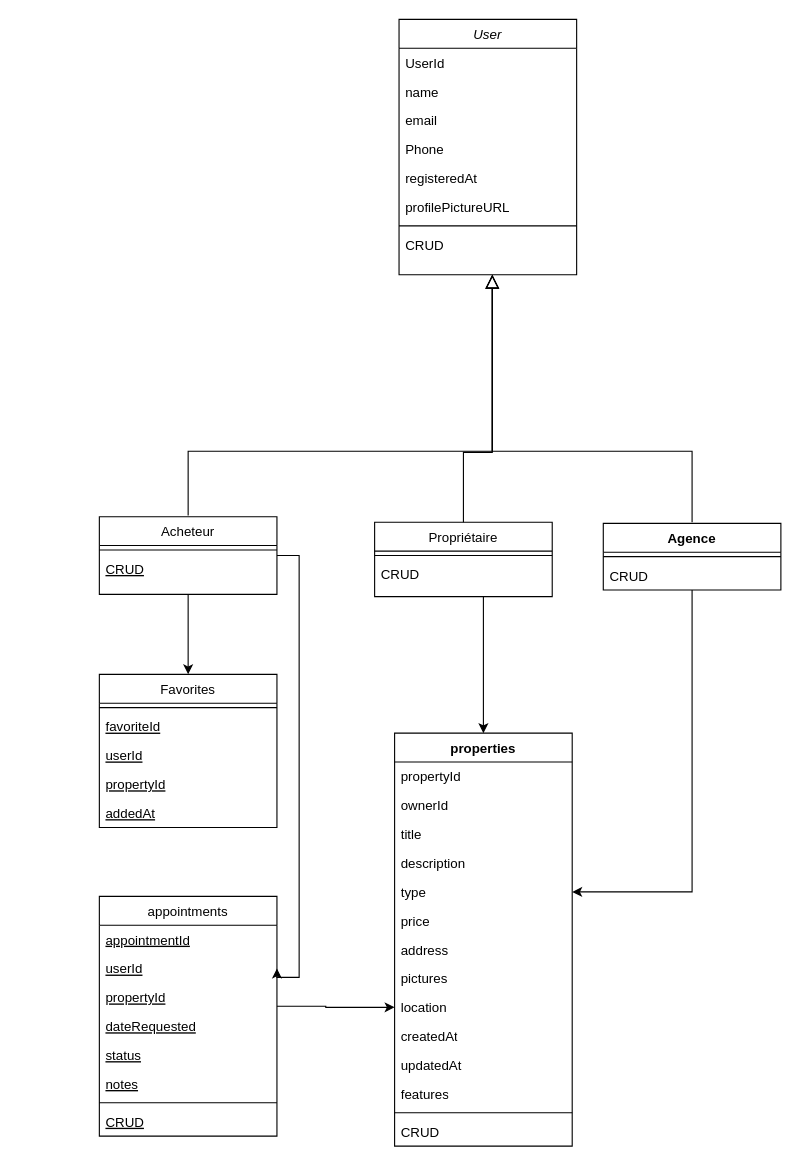
This is Untitled Diagram.drawio from BilelDespecio/ToDoAppGoal, a draw.io file, before an edit. Source tidied: cells renumbered, new cells numbered last; positions are measured from the earlier drawing's top-left corner, leaving out a move shared by most shapes. Both pictures are drawn from the tidied source at 111%, with x=0, y=0 at pixel (99, 19).
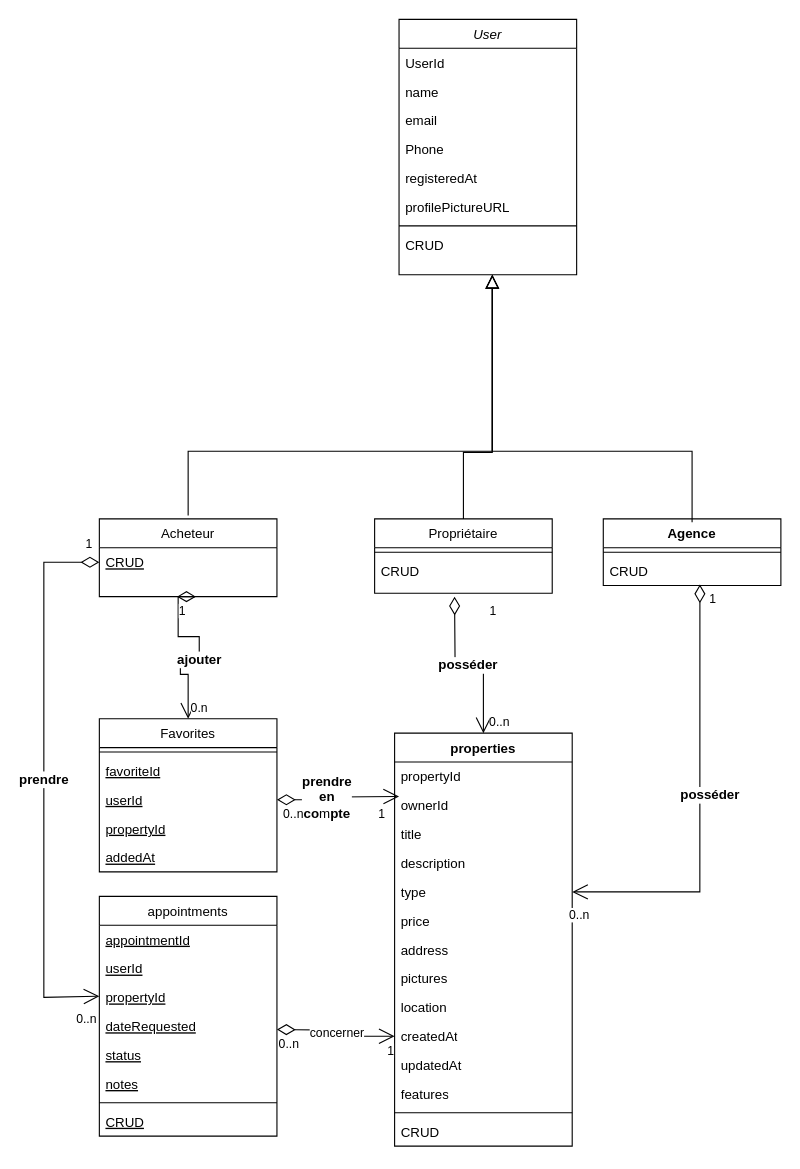
Above is the later version.

Commit message:
Mettre à jour taille A4 Diagram.drawio

Unchanged cells that the change refers to:
```xml
<mxCell id="25" value="CRUD&lt;div&gt;&lt;br&gt;&lt;/div&gt;" style="text;strokeColor=none;fillColor=none;align=left;verticalAlign=top;spacingLeft=4;spacingRight=4;overflow=hidden;points=[[0,0.5],[1,0.5]];portConstraint=eastwest;whiteSpace=wrap;html=1;" parent="23" vertex="1">
  <mxGeometry y="34" width="160" height="26" as="geometry" />
</mxCell>
<mxCell id="27" value="properties" style="swimlane;fontStyle=1;align=center;verticalAlign=top;horizontal=1;startSize=26;whiteSpace=wrap;html=1;" parent="1" vertex="1">
  <mxGeometry x="266" y="643" width="160" height="372" as="geometry" />
</mxCell>
<mxCell id="32" value="type" style="text;strokeColor=none;fillColor=none;align=left;verticalAlign=top;spacingLeft=4;spacingRight=4;overflow=hidden;points=[[0,0.5],[1,0.5]];portConstraint=eastwest;whiteSpace=wrap;html=1;" parent="27" vertex="1">
  <mxGeometry y="130" width="160" height="26" as="geometry" />
</mxCell>
<mxCell id="36" value="location" style="text;strokeColor=none;fillColor=none;align=left;verticalAlign=top;spacingLeft=4;spacingRight=4;overflow=hidden;points=[[0,0.5],[1,0.5]];portConstraint=eastwest;whiteSpace=wrap;html=1;" parent="27" vertex="1">
  <mxGeometry y="234" width="160" height="26" as="geometry" />
</mxCell>
<mxCell id="37" value="createdAt" style="text;strokeColor=none;fillColor=none;align=left;verticalAlign=top;spacingLeft=4;spacingRight=4;overflow=hidden;points=[[0,0.5],[1,0.5]];portConstraint=eastwest;whiteSpace=wrap;html=1;" parent="27" vertex="1">
  <mxGeometry y="260" width="160" height="26" as="geometry" />
</mxCell>
<mxCell id="45" value="userId" style="text;align=left;verticalAlign=top;spacingLeft=4;spacingRight=4;overflow=hidden;points=[[0,0.5],[1,0.5]];portConstraint=eastwest;fontStyle=4;" parent="42" vertex="1">
  <mxGeometry y="60" width="160" height="26" as="geometry" />
</mxCell>
<mxCell id="50" value="userId" style="text;align=left;verticalAlign=top;spacingLeft=4;spacingRight=4;overflow=hidden;points=[[0,0.5],[1,0.5]];portConstraint=eastwest;fontStyle=4;" parent="48" vertex="1">
  <mxGeometry y="52" width="160" height="26" as="geometry" />
</mxCell>
<mxCell id="51" value="propertyId" style="text;align=left;verticalAlign=top;spacingLeft=4;spacingRight=4;overflow=hidden;points=[[0,0.5],[1,0.5]];portConstraint=eastwest;fontStyle=4;" parent="48" vertex="1">
  <mxGeometry y="78" width="160" height="26" as="geometry" />
</mxCell>
```

Change to the diagram source:
```diff
@@
-    <mxCell id="11" style="edgeStyle=orthogonalEdgeStyle;rounded=0;jettySize=auto;html=1;" parent="1" edge="1" source="13" target="42">
-      <mxGeometry relative="1" as="geometry" />
-    </mxCell>
-    <mxCell id="12" style="edgeStyle=orthogonalEdgeStyle;rounded=0;jettySize=auto;html=1;entryX=1;entryY=0.5;entryDx=0;entryDy=0;" parent="1" edge="1" source="13" target="50">
-      <mxGeometry relative="1" as="geometry">
-        <Array as="points">
-          <mxPoint x="180" y="483" />
-          <mxPoint x="180" y="863" />
-        </Array>
-      </mxGeometry>
-    </mxCell>
     <mxCell id="13" value="Acheteur" style="swimlane;fontStyle=0;align=center;verticalAlign=top;horizontal=1;startSize=26;rounded=0;shadow=0;strokeWidth=1;fontColor=default;" parent="1" vertex="1">
-      <mxGeometry y="448" width="160" height="70" as="geometry" />
+      <mxGeometry y="450" width="160" height="70" as="geometry" />
     </mxCell>
-    <mxCell id="14" style="line;html=1;strokeWidth=1;align=left;verticalAlign=middle;spacingTop=-1;spacingLeft=3;spacingRight=3;labelPosition=right;" parent="13" vertex="1">
-      <mxGeometry y="26" width="160" height="8" as="geometry" />
-    </mxCell>
     <mxCell id="15" value="CRUD" style="text;align=left;verticalAlign=top;spacingLeft=4;spacingRight=4;overflow=hidden;points=[[0,0.5],[1,0.5]];portConstraint=eastwest;fontStyle=4;" parent="13" vertex="1">
-      <mxGeometry y="34" width="160" height="26" as="geometry" />
+      <mxGeometry y="26" width="160" height="26" as="geometry" />
     </mxCell>
+    <mxCell id="58" value="&lt;span style=&quot;font-size: 12px; font-weight: 700; text-wrap-mode: wrap;&quot;&gt;ajouter&lt;/span&gt;" style="endArrow=open;html=1;endSize=12;startArrow=diamondThin;startSize=14;startFill=0;edgeStyle=orthogonalEdgeStyle;rounded=0;" parent="13" edge="1" target="42">
+      <mxGeometry relative="1" as="geometry">
+        <mxPoint x="70" y="70" as="sourcePoint" />
+        <Array as="points">
+          <mxPoint x="71" y="70" />
+          <mxPoint x="71" y="106" />
+          <mxPoint x="90" y="106" />
+          <mxPoint x="90" y="130" />
+          <mxPoint x="73" y="130" />
+          <mxPoint x="73" y="140" />
+          <mxPoint x="80" y="140" />
+        </Array>
+      </mxGeometry>
+    </mxCell>
+    <mxCell id="59" value="1" style="edgeLabel;html=1;align=left;verticalAlign=top;" parent="58" vertex="1">
+      <mxGeometry x="-1" relative="1" as="geometry" />
+    </mxCell>
+    <mxCell id="60" value="0.n" style="edgeLabel;html=1;align=right;verticalAlign=top;" parent="58" vertex="1">
+      <mxGeometry x="1" relative="1" as="geometry">
+        <mxPoint x="18" y="-23" as="offset" />
+      </mxGeometry>
+    </mxCell>
@@
-    <mxCell id="17" style="edgeStyle=orthogonalEdgeStyle;rounded=0;jettySize=auto;html=1;entryX=0.5;entryY=0;entryDx=0;entryDy=0;" parent="1" edge="1" source="18" target="27">
-      <mxGeometry relative="1" as="geometry">
-        <Array as="points">
-          <mxPoint x="346" y="550" />
-          <mxPoint x="346" y="550" />
-        </Array>
-      </mxGeometry>
-    </mxCell>
     <mxCell id="18" value="Propriétaire" style="swimlane;fontStyle=0;align=center;verticalAlign=top;horizontal=1;startSize=26;rounded=0;shadow=0;strokeWidth=1;fontColor=default;" parent="1" vertex="1">
-      <mxGeometry x="248" y="453" width="160" height="67" as="geometry" />
+      <mxGeometry x="248" y="450" width="160" height="67" as="geometry" />
     </mxCell>
@@
-    <mxCell id="22" style="edgeStyle=orthogonalEdgeStyle;rounded=0;jettySize=auto;html=1;entryX=1;entryY=0.5;entryDx=0;entryDy=0;" parent="1" edge="1" source="23" target="32">
-      <mxGeometry relative="1" as="geometry" />
-    </mxCell>
     <mxCell id="23" value="Agence&lt;div&gt;&lt;br&gt;&lt;/div&gt;" style="swimlane;fontStyle=1;align=center;verticalAlign=top;horizontal=1;startSize=26;whiteSpace=wrap;html=1;" parent="1" vertex="1">
-      <mxGeometry x="454" y="454" width="160" height="60" as="geometry" />
+      <mxGeometry x="454" y="450" width="160" height="60" as="geometry" />
     </mxCell>
@@
     <mxCell id="42" value="Favorites" style="swimlane;fontStyle=0;align=center;verticalAlign=top;horizontal=1;startSize=26;rounded=0;shadow=0;strokeWidth=1;fontColor=default;" parent="1" vertex="1">
-      <mxGeometry y="590" width="160" height="138" as="geometry" />
+      <mxGeometry y="630" width="160" height="138" as="geometry" />
     </mxCell>
@@
-    <mxCell id="57" style="edgeStyle=orthogonalEdgeStyle;rounded=0;jettySize=auto;html=1;entryX=0;entryY=0.5;entryDx=0;entryDy=0;" parent="1" edge="1" source="51" target="36">
-      <mxGeometry relative="1" as="geometry">
-        <Array as="points">
-          <mxPoint x="204" y="889" />
-          <mxPoint x="204" y="890" />
-          <mxPoint x="248" y="890" />
-        </Array>
-      </mxGeometry>
-    </mxCell>
+    <mxCell id="61" value="&lt;span style=&quot;font-size: 12px; font-weight: 700; text-wrap-mode: wrap;&quot;&gt;posséder&lt;/span&gt;" style="endArrow=open;html=1;endSize=12;startArrow=diamondThin;startSize=14;startFill=0;edgeStyle=orthogonalEdgeStyle;rounded=0;entryX=0.5;entryY=0;entryDx=0;entryDy=0;" parent="1" edge="1" target="27">
+      <mxGeometry relative="1" as="geometry">
+        <mxPoint x="320" y="520" as="sourcePoint" />
+      </mxGeometry>
+    </mxCell>
+    <mxCell id="62" value="1" style="edgeLabel;html=1;align=left;verticalAlign=top;" parent="61" vertex="1">
+      <mxGeometry x="-1" relative="1" as="geometry">
+        <mxPoint x="30" as="offset" />
+      </mxGeometry>
+    </mxCell>
+    <mxCell id="63" value="0..n" style="edgeLabel;html=1;align=right;verticalAlign=top;" parent="61" vertex="1">
+      <mxGeometry x="1" relative="1" as="geometry">
+        <mxPoint x="24" y="-23" as="offset" />
+      </mxGeometry>
+    </mxCell>
+    <mxCell id="64" value="&lt;span style=&quot;font-size: 12px; font-weight: 700; text-wrap-mode: wrap;&quot;&gt;posséder&lt;/span&gt;" style="endArrow=open;html=1;endSize=12;startArrow=diamondThin;startSize=14;startFill=0;edgeStyle=orthogonalEdgeStyle;rounded=0;exitX=0.544;exitY=0.962;exitDx=0;exitDy=0;exitPerimeter=0;entryX=1;entryY=0.5;entryDx=0;entryDy=0;" parent="1" edge="1" source="25" target="32">
+      <mxGeometry x="-0.03" y="9" relative="1" as="geometry" />
+    </mxCell>
+    <mxCell id="65" value="1" style="edgeLabel;html=1;align=left;verticalAlign=top;" parent="64" vertex="1">
+      <mxGeometry x="-1" relative="1" as="geometry">
+        <mxPoint x="7" as="offset" />
+      </mxGeometry>
+    </mxCell>
+    <mxCell id="66" value="0..n" style="edgeLabel;html=1;align=right;verticalAlign=top;" parent="64" vertex="1">
+      <mxGeometry x="1" relative="1" as="geometry">
+        <mxPoint x="16" y="8" as="offset" />
+      </mxGeometry>
+    </mxCell>
+    <mxCell id="67" value="&lt;span style=&quot;font-size: 12px; font-weight: 700; text-wrap-mode: wrap;&quot;&gt;prendre&lt;/span&gt;" style="endArrow=open;html=1;endSize=12;startArrow=diamondThin;startSize=14;startFill=0;edgeStyle=orthogonalEdgeStyle;rounded=0;exitX=0;exitY=0.5;exitDx=0;exitDy=0;" parent="1" edge="1" source="15">
+      <mxGeometry relative="1" as="geometry">
+        <mxPoint y="880" as="targetPoint" />
+        <Array as="points">
+          <mxPoint x="-50" y="489" />
+          <mxPoint x="-50" y="881" />
+        </Array>
+      </mxGeometry>
+    </mxCell>
+    <mxCell id="68" value="1" style="edgeLabel;html=1;align=left;verticalAlign=top;" parent="67" vertex="1">
+      <mxGeometry x="-1" relative="1" as="geometry">
+        <mxPoint x="-14" y="-29" as="offset" />
+      </mxGeometry>
+    </mxCell>
+    <mxCell id="69" value="0..n" style="edgeLabel;html=1;align=right;verticalAlign=top;" parent="67" vertex="1">
+      <mxGeometry x="1" relative="1" as="geometry">
+        <mxPoint x="-2" y="8" as="offset" />
+      </mxGeometry>
+    </mxCell>
+    <mxCell id="70" value="&lt;span style=&quot;background-color: light-dark(#ffffff, var(--ge-dark-color, #121212));&quot;&gt;&lt;span style=&quot;font-size: 12px; font-weight: 700; text-wrap-mode: wrap;&quot;&gt;prendre en co&lt;/span&gt;&lt;span style=&quot;font-size: 12px; font-weight: 700; text-wrap-mode: wrap;&quot;&gt;&lt;span style=&quot;font-weight: 400; text-wrap-mode: nowrap;&quot;&gt;m&lt;/span&gt;pte&lt;/span&gt;&lt;/span&gt;" style="endArrow=open;html=1;endSize=12;startArrow=diamondThin;startSize=14;startFill=0;edgeStyle=orthogonalEdgeStyle;rounded=0;exitX=1;exitY=0.5;exitDx=0;exitDy=0;" parent="1" edge="1" source="45">
+      <mxGeometry x="0.02" y="10" relative="1" as="geometry">
+        <mxPoint x="270" y="700" as="targetPoint" />
+      </mxGeometry>
+    </mxCell>
+    <mxCell id="71" value="0..n" style="edgeLabel;html=1;align=left;verticalAlign=top;" parent="70" vertex="1">
+      <mxGeometry x="-1" relative="1" as="geometry">
+        <mxPoint x="4" as="offset" />
+      </mxGeometry>
+    </mxCell>
+    <mxCell id="72" value="1" style="edgeLabel;html=1;align=right;verticalAlign=top;" parent="70" vertex="1">
+      <mxGeometry x="1" relative="1" as="geometry">
+        <mxPoint x="-12" y="3" as="offset" />
+      </mxGeometry>
+    </mxCell>
+    <mxCell id="73" value="concerner" style="endArrow=open;html=1;endSize=12;startArrow=diamondThin;startSize=14;startFill=0;edgeStyle=orthogonalEdgeStyle;rounded=0;entryX=0;entryY=0.5;entryDx=0;entryDy=0;" parent="1" edge="1" target="37">
+      <mxGeometry relative="1" as="geometry">
+        <mxPoint x="160" y="910" as="sourcePoint" />
+      </mxGeometry>
+    </mxCell>
+    <mxCell id="74" value="0..n" style="edgeLabel;html=1;align=left;verticalAlign=top;" parent="73" vertex="1">
+      <mxGeometry x="-1" relative="1" as="geometry" />
+    </mxCell>
+    <mxCell id="75" value="1" style="edgeLabel;html=1;align=right;verticalAlign=top;" parent="73" vertex="1">
+      <mxGeometry x="1" relative="1" as="geometry" />
+    </mxCell>
```
